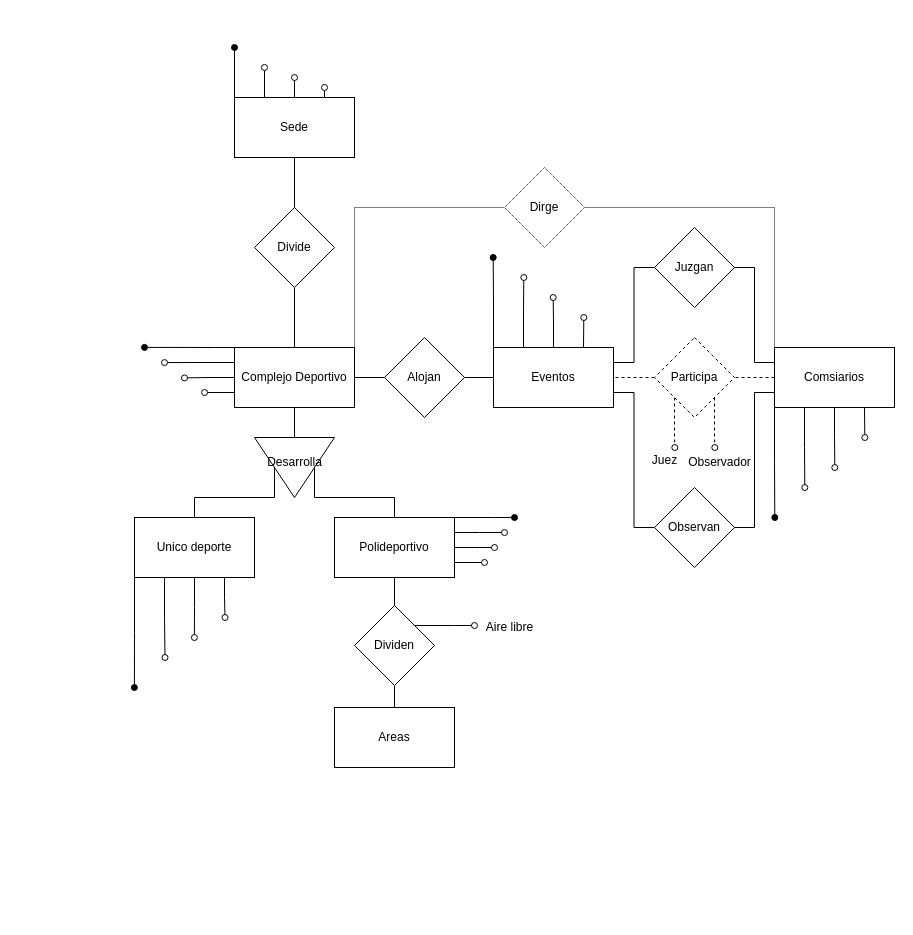
Before: Base Datos/17.drawio in Gotrufo-Eloy/Proyectos, a draw.io diagram. Source tidied: cells renumbered, new cells numbered last; positions are measured from the earlier drawing's top-left corner, leaving out a move shared by most shapes. Both pictures are drawn from the tidied source at 100%, with x=0, y=0 at pixel (134, 47).
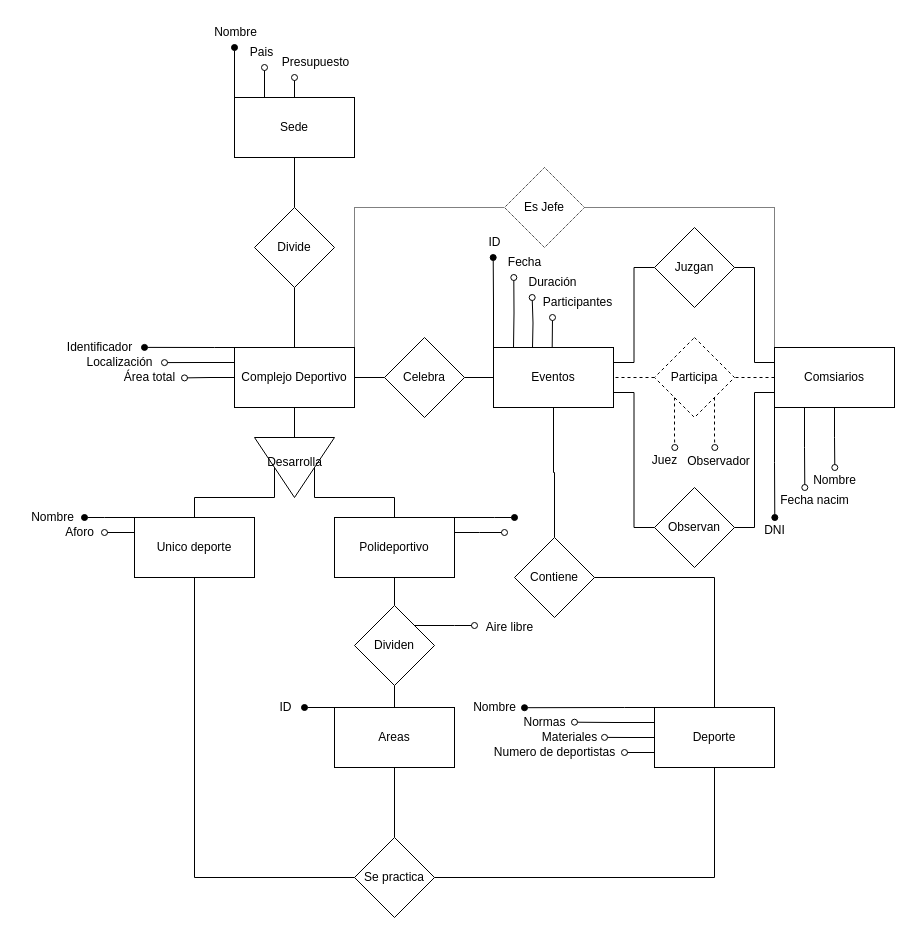
After the change.

The change refers to these unchanged cells:
```xml
<mxCell id="14" value="Complejo Deportivo" style="rounded=0;whiteSpace=wrap;html=1;" parent="1" vertex="1">
  <mxGeometry x="100" y="300" width="120" height="60" as="geometry" />
</mxCell>
<mxCell id="20" value="Unico deporte" style="rounded=0;whiteSpace=wrap;html=1;" parent="1" vertex="1">
  <mxGeometry y="470" width="120" height="60" as="geometry" />
</mxCell>
<mxCell id="27" value="Polideportivo" style="rounded=0;whiteSpace=wrap;html=1;" parent="1" vertex="1">
  <mxGeometry x="200" y="470" width="120" height="60" as="geometry" />
</mxCell>
<mxCell id="28" value="Areas" style="rounded=0;whiteSpace=wrap;html=1;" parent="1" vertex="1">
  <mxGeometry x="200" y="660" width="120" height="60" as="geometry" />
</mxCell>
<mxCell id="38" value="Eventos" style="whiteSpace=wrap;html=1;" parent="1" vertex="1">
  <mxGeometry x="359" y="300" width="120" height="60" as="geometry" />
</mxCell>
<mxCell id="47" value="Comsiarios" style="whiteSpace=wrap;html=1;" parent="1" vertex="1">
  <mxGeometry x="640" y="300" width="120" height="60" as="geometry" />
</mxCell>
```

Diff of the diagram source:
```diff
@@
-    <mxCell id="6" style="edgeStyle=orthogonalEdgeStyle;rounded=0;orthogonalLoop=1;jettySize=auto;html=1;exitX=0.75;exitY=0;exitDx=0;exitDy=0;endArrow=oval;endFill=0;" parent="1" edge="1">
-      <mxGeometry relative="1" as="geometry">
-        <mxPoint x="190" y="60" as="sourcePoint" />
-        <mxPoint x="190" y="40" as="targetPoint" />
-      </mxGeometry>
-    </mxCell>
@@
-    <mxCell id="11" style="edgeStyle=orthogonalEdgeStyle;rounded=0;jettySize=auto;html=1;exitX=0;exitY=0.75;exitDx=0;exitDy=0;endArrow=oval;endFill=0;" parent="1" edge="1" source="14">
-      <mxGeometry relative="1" as="geometry">
-        <mxPoint x="70" y="344.6" as="targetPoint" />
-      </mxGeometry>
-    </mxCell>
@@
-    <mxCell id="16" style="edgeStyle=orthogonalEdgeStyle;rounded=0;jettySize=auto;html=1;exitX=0;exitY=1;exitDx=0;exitDy=0;endArrow=oval;endFill=1;" parent="1" edge="1" source="20">
-      <mxGeometry relative="1" as="geometry">
-        <mxPoint x="-0.1" y="640" as="targetPoint" />
-      </mxGeometry>
-    </mxCell>
-    <mxCell id="17" style="edgeStyle=orthogonalEdgeStyle;rounded=0;jettySize=auto;html=1;exitX=0.25;exitY=1;exitDx=0;exitDy=0;endArrow=oval;endFill=0;" parent="1" edge="1" source="20">
-      <mxGeometry relative="1" as="geometry">
-        <mxPoint x="30.5" y="610" as="targetPoint" />
-        <Array as="points">
-          <mxPoint x="30" y="570" />
-          <mxPoint x="31" y="570" />
-        </Array>
-      </mxGeometry>
-    </mxCell>
-    <mxCell id="18" style="edgeStyle=orthogonalEdgeStyle;rounded=0;jettySize=auto;html=1;exitX=0.5;exitY=1;exitDx=0;exitDy=0;endArrow=oval;endFill=0;" parent="1" edge="1" source="20">
-      <mxGeometry relative="1" as="geometry">
-        <mxPoint x="59.9" y="590" as="targetPoint" />
-      </mxGeometry>
-    </mxCell>
-    <mxCell id="19" style="edgeStyle=orthogonalEdgeStyle;rounded=0;jettySize=auto;html=1;exitX=0.75;exitY=1;exitDx=0;exitDy=0;endArrow=oval;endFill=0;" parent="1" edge="1" source="20">
-      <mxGeometry relative="1" as="geometry">
-        <mxPoint x="90.5" y="570" as="targetPoint" />
-        <Array as="points">
-          <mxPoint x="90" y="550" />
-          <mxPoint x="91" y="550" />
-        </Array>
-      </mxGeometry>
-    </mxCell>
+    <mxCell id="65" style="edgeStyle=orthogonalEdgeStyle;rounded=0;jettySize=auto;html=1;exitX=0;exitY=0;exitDx=0;exitDy=0;endArrow=oval;endFill=1;" parent="1" edge="1" source="20">
+      <mxGeometry relative="1" as="geometry">
+        <mxPoint x="-50" y="470" as="targetPoint" />
+        <Array as="points">
+          <mxPoint x="-30" y="470" />
+          <mxPoint x="-30" y="470" />
+        </Array>
+      </mxGeometry>
+    </mxCell>
+    <mxCell id="66" style="edgeStyle=orthogonalEdgeStyle;rounded=0;jettySize=auto;html=1;exitX=0;exitY=0.25;exitDx=0;exitDy=0;endArrow=oval;endFill=0;" parent="1" edge="1" source="20">
+      <mxGeometry relative="1" as="geometry">
+        <mxPoint x="-30" y="485" as="targetPoint" />
+      </mxGeometry>
+    </mxCell>
+    <mxCell id="67" style="edgeStyle=orthogonalEdgeStyle;rounded=0;jettySize=auto;html=1;exitX=0.5;exitY=1;exitDx=0;exitDy=0;entryX=0;entryY=0.5;entryDx=0;entryDy=0;endArrow=none;endFill=0;" parent="1" edge="1" source="20" target="99">
+      <mxGeometry relative="1" as="geometry" />
+    </mxCell>
@@
-    <mxCell id="25" style="edgeStyle=orthogonalEdgeStyle;rounded=0;jettySize=auto;html=1;exitX=1;exitY=0.5;exitDx=0;exitDy=0;endArrow=oval;endFill=0;" parent="1" edge="1" source="27">
-      <mxGeometry relative="1" as="geometry">
-        <mxPoint x="360" y="500" as="targetPoint" />
-      </mxGeometry>
-    </mxCell>
-    <mxCell id="26" style="edgeStyle=orthogonalEdgeStyle;rounded=0;jettySize=auto;html=1;exitX=1;exitY=0.75;exitDx=0;exitDy=0;endArrow=oval;endFill=0;" parent="1" edge="1" source="27">
-      <mxGeometry relative="1" as="geometry">
-        <mxPoint x="350" y="515" as="targetPoint" />
-      </mxGeometry>
-    </mxCell>
@@
+    <mxCell id="68" style="edgeStyle=orthogonalEdgeStyle;rounded=0;jettySize=auto;html=1;exitX=0;exitY=0;exitDx=0;exitDy=0;endArrow=oval;endFill=1;" parent="1" edge="1" source="28">
+      <mxGeometry relative="1" as="geometry">
+        <mxPoint x="170" y="660.3" as="targetPoint" />
+      </mxGeometry>
+    </mxCell>
+    <mxCell id="69" style="edgeStyle=orthogonalEdgeStyle;rounded=0;jettySize=auto;html=1;entryX=0.5;entryY=0;entryDx=0;entryDy=0;endArrow=none;endFill=0;" parent="1" edge="1" source="28" target="99">
+      <mxGeometry relative="1" as="geometry" />
+    </mxCell>
@@
-    <mxCell id="35" style="edgeStyle=orthogonalEdgeStyle;rounded=0;jettySize=auto;html=1;exitX=0.25;exitY=0;exitDx=0;exitDy=0;endArrow=oval;endFill=0;" parent="1" edge="1" source="38">
+    <mxCell id="35" style="edgeStyle=orthogonalEdgeStyle;rounded=0;orthogonalLoop=1;jettySize=auto;html=1;exitX=0.25;exitY=0;exitDx=0;exitDy=0;endArrow=oval;endFill=0;" parent="1" edge="1">
       <mxGeometry relative="1" as="geometry">
-        <mxPoint x="389.3" y="230" as="targetPoint" />
+        <mxPoint x="379" y="300" as="sourcePoint" />
+        <mxPoint x="379.3" y="230" as="targetPoint" />
       </mxGeometry>
     </mxCell>
-    <mxCell id="36" style="edgeStyle=orthogonalEdgeStyle;rounded=0;jettySize=auto;html=1;exitX=0.5;exitY=0;exitDx=0;exitDy=0;endArrow=oval;endFill=0;" parent="1" edge="1" source="38">
+    <mxCell id="36" style="edgeStyle=orthogonalEdgeStyle;rounded=0;orthogonalLoop=1;jettySize=auto;html=1;exitX=0.5;exitY=0;exitDx=0;exitDy=0;endArrow=oval;endFill=0;" parent="1" edge="1">
       <mxGeometry relative="1" as="geometry">
-        <mxPoint x="418.7" y="250" as="targetPoint" />
+        <mxPoint x="398" y="300" as="sourcePoint" />
+        <mxPoint x="397.7" y="250" as="targetPoint" />
       </mxGeometry>
     </mxCell>
-    <mxCell id="37" style="edgeStyle=orthogonalEdgeStyle;rounded=0;jettySize=auto;html=1;exitX=0.75;exitY=0;exitDx=0;exitDy=0;endArrow=oval;endFill=0;" parent="1" edge="1" source="38">
+    <mxCell id="37" style="edgeStyle=orthogonalEdgeStyle;rounded=0;orthogonalLoop=1;jettySize=auto;html=1;exitX=0.75;exitY=0;exitDx=0;exitDy=0;endArrow=oval;endFill=0;" parent="1" edge="1">
       <mxGeometry relative="1" as="geometry">
-        <mxPoint x="449.3" y="270" as="targetPoint" />
+        <mxPoint x="417.7" y="300" as="sourcePoint" />
+        <mxPoint x="418" y="270" as="targetPoint" />
       </mxGeometry>
     </mxCell>
+    <mxCell id="70" style="edgeStyle=orthogonalEdgeStyle;rounded=0;jettySize=auto;html=1;endArrow=none;endFill=0;" parent="1" edge="1" source="38" target="97">
+      <mxGeometry relative="1" as="geometry" />
+    </mxCell>
@@
-    <mxCell id="46" style="edgeStyle=orthogonalEdgeStyle;rounded=0;jettySize=auto;html=1;exitX=0.75;exitY=1;exitDx=0;exitDy=0;endArrow=oval;endFill=0;" parent="1" edge="1" source="47">
-      <mxGeometry relative="1" as="geometry">
-        <mxPoint x="730.3" y="390" as="targetPoint" />
-      </mxGeometry>
-    </mxCell>
@@
-    <mxCell id="53" value="Alojan" style="rhombus;whiteSpace=wrap;html=1;" parent="1" vertex="1">
+    <mxCell id="53" value="Celebra" style="rhombus;whiteSpace=wrap;html=1;" parent="1" vertex="1">
       <mxGeometry x="250" y="290" width="80" height="80" as="geometry" />
     </mxCell>
@@
-    <mxCell id="58" value="Dirge" style="rhombus;whiteSpace=wrap;html=1;dashed=1;dashPattern=1 1;" parent="1" vertex="1">
+    <mxCell id="58" value="Es Jefe" style="rhombus;whiteSpace=wrap;html=1;dashed=1;dashPattern=1 1;" parent="1" vertex="1">
       <mxGeometry x="370" y="120" width="80" height="80" as="geometry" />
     </mxCell>
@@
     <mxCell id="64" value="Observador" style="text;html=1;align=center;verticalAlign=middle;strokeColor=none;fillColor=none;" parent="1" vertex="1">
-      <mxGeometry x="540" y="400" width="90" height="30" as="geometry" />
+      <mxGeometry x="539" y="399" width="90" height="30" as="geometry" />
     </mxCell>
+    <mxCell id="71" value="Nombre" style="text;html=1;align=center;verticalAlign=middle;strokeColor=none;fillColor=none;" parent="1" vertex="1">
+      <mxGeometry x="66" y="-30" width="70" height="30" as="geometry" />
+    </mxCell>
+    <mxCell id="72" value="Pais" style="text;html=1;align=center;verticalAlign=middle;strokeColor=none;fillColor=none;" parent="1" vertex="1">
+      <mxGeometry x="102" y="-10" width="50" height="30" as="geometry" />
+    </mxCell>
+    <mxCell id="73" value="Presupuesto" style="text;html=1;align=center;verticalAlign=middle;strokeColor=none;fillColor=none;" parent="1" vertex="1">
+      <mxGeometry x="136" width="90" height="30" as="geometry" />
+    </mxCell>
+    <mxCell id="74" value="Identificador" style="text;html=1;align=center;verticalAlign=middle;strokeColor=none;fillColor=none;" parent="1" vertex="1">
+      <mxGeometry x="-80" y="285" width="90" height="30" as="geometry" />
+    </mxCell>
+    <mxCell id="75" value="Localización" style="text;html=1;align=center;verticalAlign=middle;strokeColor=none;fillColor=none;" parent="1" vertex="1">
+      <mxGeometry x="-60" y="300" width="90" height="30" as="geometry" />
+    </mxCell>
+    <mxCell id="76" value="Área total" style="text;html=1;align=center;verticalAlign=middle;strokeColor=none;fillColor=none;" parent="1" vertex="1">
+      <mxGeometry x="-20" y="315" width="70" height="30" as="geometry" />
+    </mxCell>
+    <mxCell id="77" style="edgeStyle=orthogonalEdgeStyle;rounded=0;jettySize=auto;html=1;exitX=0;exitY=0;exitDx=0;exitDy=0;endArrow=oval;endFill=1;" parent="1" edge="1" source="81">
+      <mxGeometry relative="1" as="geometry">
+        <mxPoint x="390" y="660.2" as="targetPoint" />
+        <Array as="points">
+          <mxPoint x="490" y="660" />
+          <mxPoint x="490" y="660" />
+        </Array>
+      </mxGeometry>
+    </mxCell>
+    <mxCell id="78" style="edgeStyle=orthogonalEdgeStyle;rounded=0;jettySize=auto;html=1;exitX=0;exitY=0.25;exitDx=0;exitDy=0;endArrow=oval;endFill=0;" parent="1" edge="1" source="81">
+      <mxGeometry relative="1" as="geometry">
+        <mxPoint x="440" y="674.7" as="targetPoint" />
+      </mxGeometry>
+    </mxCell>
+    <mxCell id="79" style="edgeStyle=orthogonalEdgeStyle;rounded=0;jettySize=auto;html=1;exitX=0;exitY=0.5;exitDx=0;exitDy=0;endArrow=oval;endFill=0;" parent="1" edge="1" source="81">
+      <mxGeometry relative="1" as="geometry">
+        <mxPoint x="470" y="689.9" as="targetPoint" />
+      </mxGeometry>
+    </mxCell>
+    <mxCell id="80" style="edgeStyle=orthogonalEdgeStyle;rounded=0;jettySize=auto;html=1;exitX=0;exitY=0.75;exitDx=0;exitDy=0;endArrow=oval;endFill=0;" parent="1" edge="1" source="81">
+      <mxGeometry relative="1" as="geometry">
+        <mxPoint x="490" y="705" as="targetPoint" />
+      </mxGeometry>
+    </mxCell>
+    <mxCell id="81" value="Deporte" style="whiteSpace=wrap;html=1;" parent="1" vertex="1">
+      <mxGeometry x="520" y="660" width="120" height="60" as="geometry" />
+    </mxCell>
+    <mxCell id="82" value="Nombre" style="text;html=1;align=center;verticalAlign=middle;strokeColor=none;fillColor=none;" parent="1" vertex="1">
+      <mxGeometry x="-117" y="455" width="70" height="30" as="geometry" />
+    </mxCell>
+    <mxCell id="83" value="Aforo" style="text;html=1;align=center;verticalAlign=middle;strokeColor=none;fillColor=none;" parent="1" vertex="1">
+      <mxGeometry x="-80" y="470" width="50" height="30" as="geometry" />
+    </mxCell>
+    <mxCell id="84" value="Nombre" style="text;html=1;align=center;verticalAlign=middle;strokeColor=none;fillColor=none;" parent="1" vertex="1">
+      <mxGeometry x="325" y="645" width="70" height="30" as="geometry" />
+    </mxCell>
+    <mxCell id="85" value="Numero de deportistas" style="text;html=1;align=center;verticalAlign=middle;strokeColor=none;fillColor=none;" parent="1" vertex="1">
+      <mxGeometry x="350" y="690" width="140" height="30" as="geometry" />
+    </mxCell>
+    <mxCell id="86" value="Normas" style="text;html=1;align=center;verticalAlign=middle;strokeColor=none;fillColor=none;" parent="1" vertex="1">
+      <mxGeometry x="375" y="660" width="70" height="30" as="geometry" />
+    </mxCell>
+    <mxCell id="87" value="Materiales" style="text;html=1;align=center;verticalAlign=middle;strokeColor=none;fillColor=none;" parent="1" vertex="1">
+      <mxGeometry x="395" y="675" width="80" height="30" as="geometry" />
+    </mxCell>
+    <mxCell id="88" value="ID" style="text;html=1;align=center;verticalAlign=middle;strokeColor=none;fillColor=none;" parent="1" vertex="1">
+      <mxGeometry x="340" y="180" width="40" height="30" as="geometry" />
+    </mxCell>
+    <mxCell id="89" value="Fecha" style="text;html=1;align=center;verticalAlign=middle;strokeColor=none;fillColor=none;" parent="1" vertex="1">
+      <mxGeometry x="360" y="200" width="60" height="30" as="geometry" />
+    </mxCell>
+    <mxCell id="90" value="Duración" style="text;html=1;align=center;verticalAlign=middle;strokeColor=none;fillColor=none;" parent="1" vertex="1">
+      <mxGeometry x="383" y="220" width="70" height="30" as="geometry" />
+    </mxCell>
+    <mxCell id="91" value="Participantes" style="text;html=1;align=center;verticalAlign=middle;strokeColor=none;fillColor=none;" parent="1" vertex="1">
+      <mxGeometry x="398" y="240" width="90" height="30" as="geometry" />
+    </mxCell>
+    <mxCell id="92" value="DNI" style="text;html=1;align=center;verticalAlign=middle;strokeColor=none;fillColor=none;" parent="1" vertex="1">
+      <mxGeometry x="620" y="468" width="40" height="30" as="geometry" />
+    </mxCell>
+    <mxCell id="93" value="Fecha nacim" style="text;html=1;align=center;verticalAlign=middle;strokeColor=none;fillColor=none;" parent="1" vertex="1">
+      <mxGeometry x="635" y="438" width="90" height="30" as="geometry" />
+    </mxCell>
+    <mxCell id="94" value="Nombre" style="text;html=1;align=center;verticalAlign=middle;strokeColor=none;fillColor=none;" parent="1" vertex="1">
+      <mxGeometry x="665" y="418" width="70" height="30" as="geometry" />
+    </mxCell>
+    <mxCell id="95" value="ID" style="text;html=1;align=center;verticalAlign=middle;strokeColor=none;fillColor=none;" parent="1" vertex="1">
+      <mxGeometry x="131" y="645" width="40" height="30" as="geometry" />
+    </mxCell>
+    <mxCell id="96" style="edgeStyle=orthogonalEdgeStyle;rounded=0;jettySize=auto;html=1;endArrow=none;endFill=0;" parent="1" edge="1" source="97" target="81">
+      <mxGeometry relative="1" as="geometry" />
+    </mxCell>
+    <mxCell id="97" value="Contiene" style="rhombus;whiteSpace=wrap;html=1;" parent="1" vertex="1">
+      <mxGeometry x="380" y="490" width="80" height="80" as="geometry" />
+    </mxCell>
+    <mxCell id="98" style="edgeStyle=orthogonalEdgeStyle;rounded=0;jettySize=auto;html=1;exitX=1;exitY=0.5;exitDx=0;exitDy=0;entryX=0.5;entryY=1;entryDx=0;entryDy=0;endArrow=none;endFill=0;" parent="1" edge="1" source="99" target="81">
+      <mxGeometry relative="1" as="geometry" />
+    </mxCell>
+    <mxCell id="99" value="Se practica" style="rhombus;whiteSpace=wrap;html=1;" parent="1" vertex="1">
+      <mxGeometry x="220" y="790" width="80" height="80" as="geometry" />
+    </mxCell>
```
